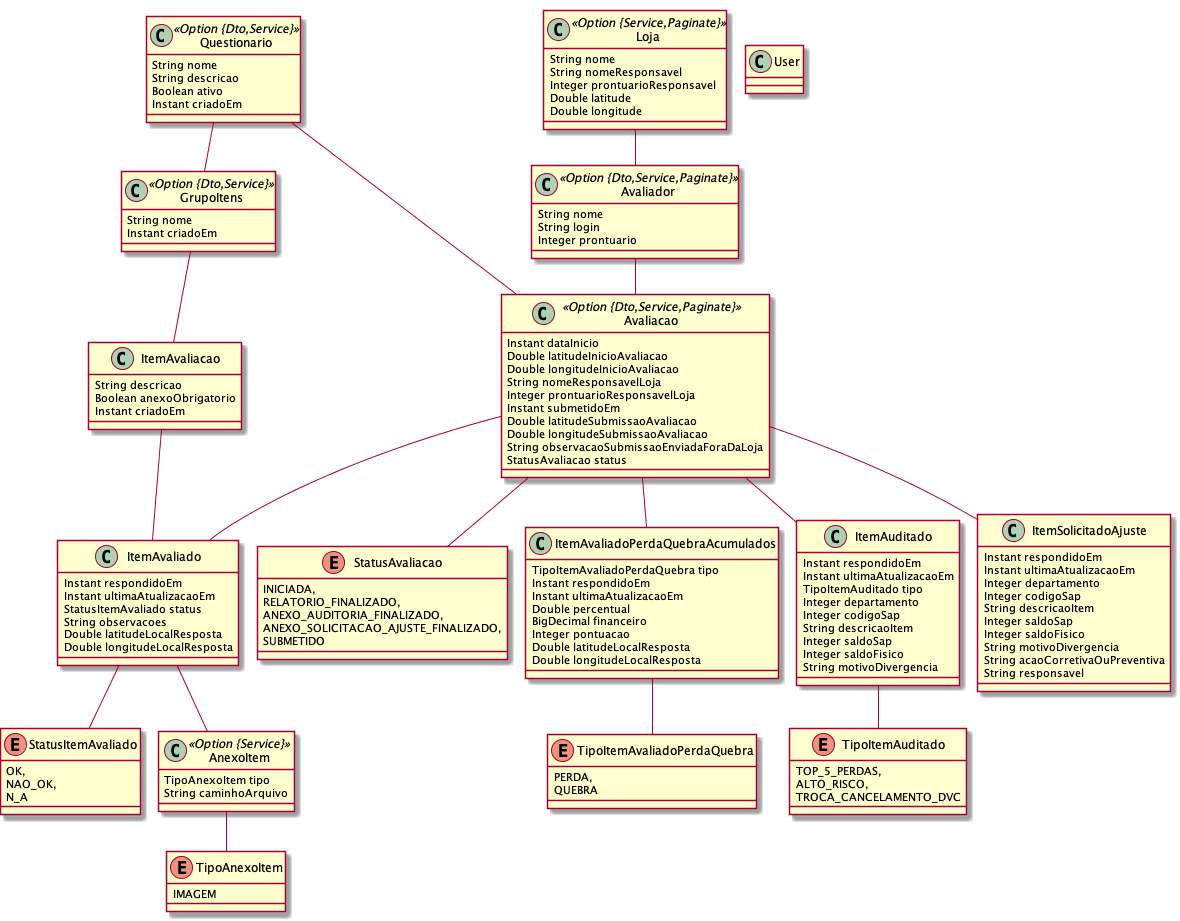
Above: model.png in BulkSecurityGeneratorProject/appdevdcp (PlantUML), before the change.
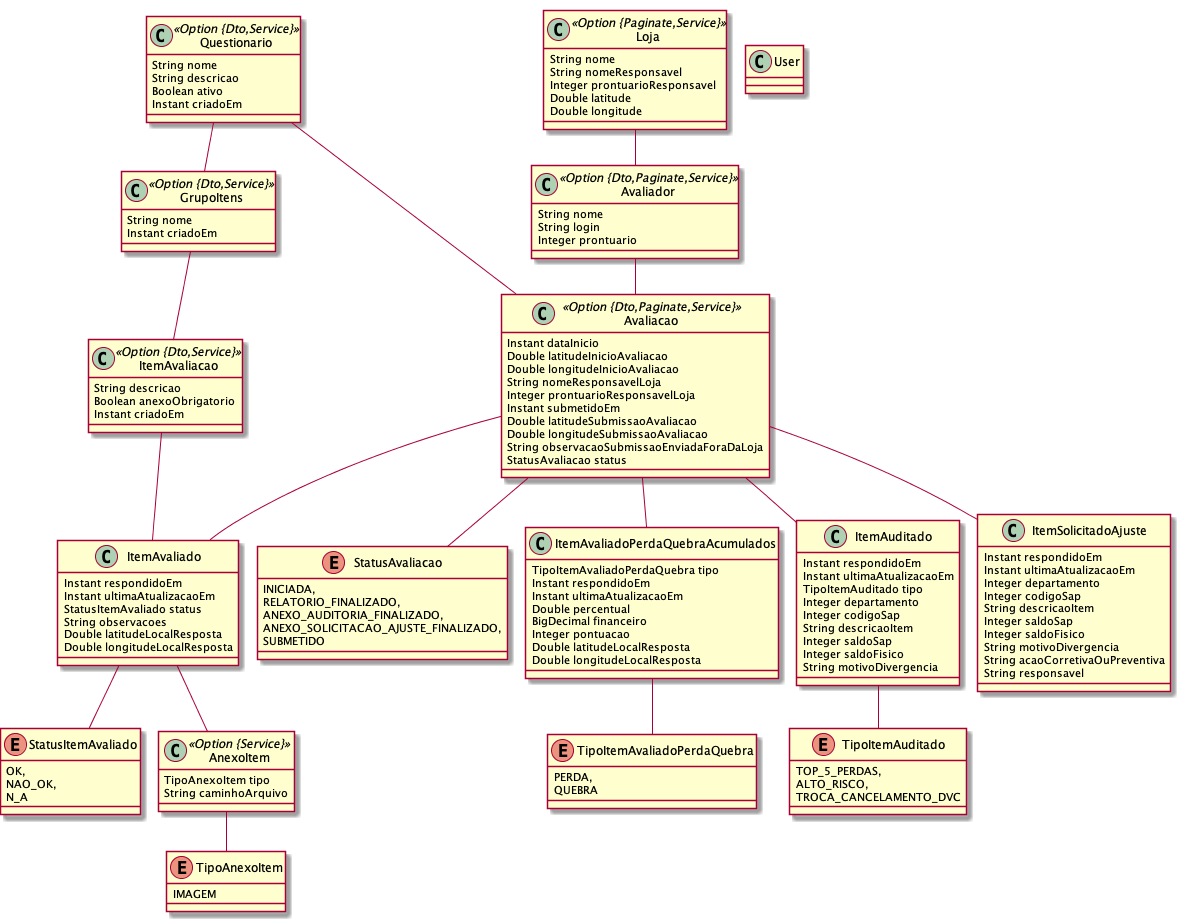
Above is the later version.

Diff of the diagram source:
```diff
@@ -23,19 +23,19 @@
 		Boolean ativo
 		Instant criadoEm
 	}
-	class Avaliador <<Option {Dto,Service,Paginate}>> {
+	class Avaliador <<Option {Dto,Paginate,Service}>> {
 		String nome
 		String login
 		Integer prontuario
 	}
-	class Loja <<Option {Service,Paginate}>> {
+	class Loja <<Option {Paginate,Service}>> {
 		String nome
 		String nomeResponsavel
 		Integer prontuarioResponsavel
 		Double latitude
 		Double longitude
 	}
-	class Avaliacao <<Option {Dto,Service,Paginate}>> {
+	class Avaliacao <<Option {Dto,Paginate,Service}>> {
 		Instant dataInicio
 		Double latitudeInicioAvaliacao
 		Double longitudeInicioAvaliacao
@@ -48,7 +48,7 @@
 		StatusAvaliacao status
 	}
 	Avaliacao ..> StatusAvaliacao
-	class ItemAvaliacao  {
+	class ItemAvaliacao <<Option {Dto,Service}>> {
 		String descricao
 		Boolean anexoObrigatorio
 		Instant criadoEm
```
